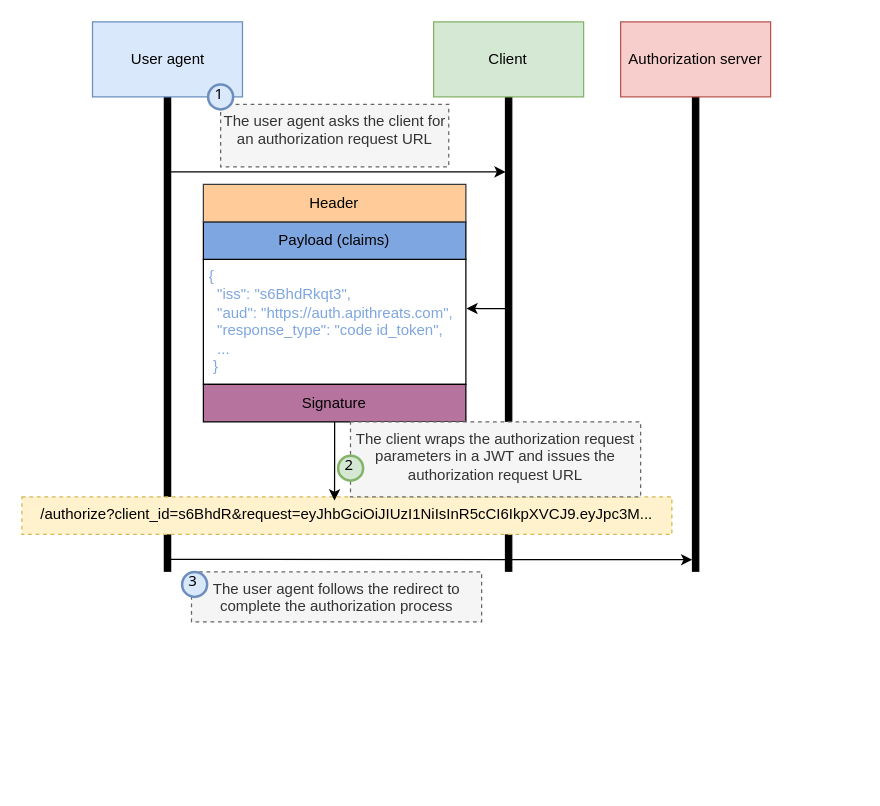
This is page "10.11" (11 of 14) of ch10.drawio from abunuwas/api-sec-book-imgs, a draw.io file, before an edit. Source tidied: cells renumbered, new cells numbered last; positions are measured from the earlier drawing's top-left corner, leaving out a move shared by most shapes. Both pictures are drawn from the tidied source at 125%, with x=0, y=0 at pixel (21, 21).
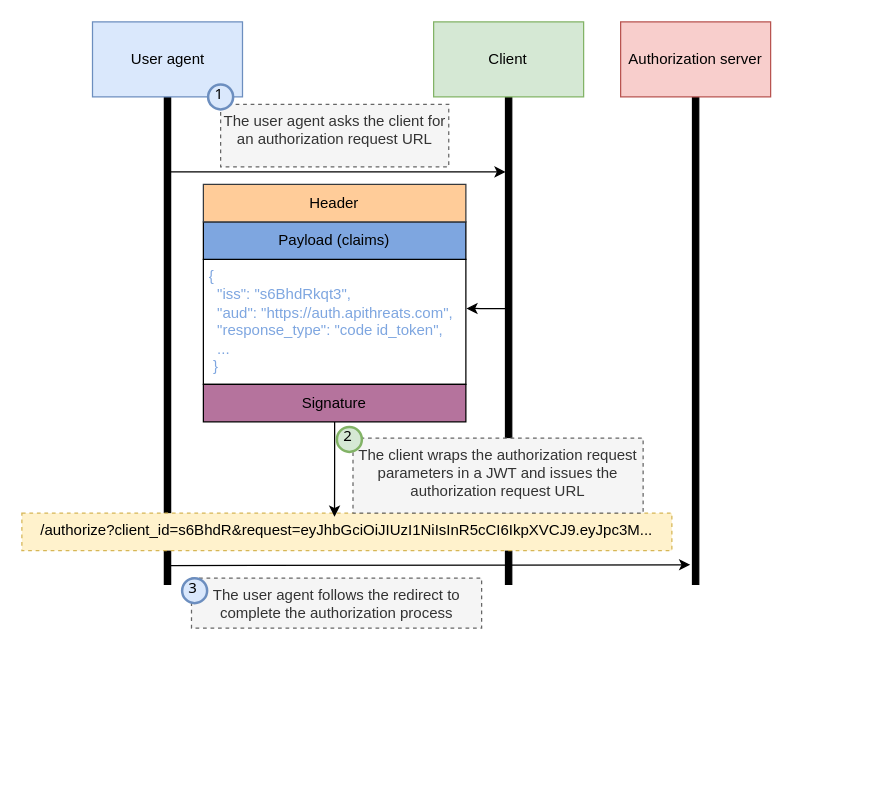
The same page after the edit.

Unchanged cells that the change refers to:
```xml
<mxCell id="13" value="Signature" style="text;html=1;strokeColor=default;fillColor=#B5739D;align=center;verticalAlign=middle;whiteSpace=wrap;rounded=0;" parent="1" vertex="1">
  <mxGeometry x="145.2" y="290" width="210" height="30" as="geometry" />
</mxCell>
```

The edit, as a diff of the source:
```diff
@@
     <mxCell id="2" style="rounded=0;whiteSpace=wrap;html=1;fillColor=#000000;" parent="1" vertex="1">
-      <mxGeometry x="114" y="60" width="5" height="510" as="geometry" />
+      <mxGeometry x="114" y="60" width="5" height="390" as="geometry" />
     </mxCell>
     <mxCell id="3" style="rounded=0;whiteSpace=wrap;html=1;fillColor=#000000;" parent="1" vertex="1">
-      <mxGeometry x="536.5" y="60" width="5" height="510" as="geometry" />
+      <mxGeometry x="536.5" y="60" width="5" height="390" as="geometry" />
     </mxCell>
     <mxCell id="4" style="rounded=0;whiteSpace=wrap;html=1;fillColor=#000000;" parent="1" vertex="1">
-      <mxGeometry x="386.9" y="60" width="5" height="510" as="geometry" />
+      <mxGeometry x="386.9" y="60" width="5" height="390" as="geometry" />
     </mxCell>
@@
     <mxCell id="16" value="/authorize?client_id=&lt;span style=&quot;background-color: transparent; color: light-dark(rgb(0, 0, 0), rgb(255, 255, 255));&quot;&gt;s6BhdR&amp;amp;&lt;/span&gt;&lt;span style=&quot;background-color: transparent; color: light-dark(rgb(0, 0, 0), rgb(255, 255, 255));&quot;&gt;request=eyJhbGciOiJIUzI1NiIsInR5cCI6IkpXVCJ9.eyJpc3M...&lt;/span&gt;" style="text;whiteSpace=wrap;html=1;spacing=2;strokeColor=#d6b656;dashed=1;fillColor=#fff2cc;align=center;" parent="1" vertex="1">
-      <mxGeometry y="380" width="520" height="30" as="geometry" />
+      <mxGeometry y="393" width="520" height="30" as="geometry" />
     </mxCell>
-    <mxCell id="17" style="edgeStyle=orthogonalEdgeStyle;rounded=0;jettySize=auto;html=1;entryX=0.481;entryY=0.098;entryDx=0;entryDy=0;entryPerimeter=0;" parent="1" edge="1" source="13" target="16">
+    <mxCell id="17" style="edgeStyle=orthogonalEdgeStyle;rounded=0;jettySize=auto;html=1;entryX=0.481;entryY=0.098;entryDx=0;entryDy=0;entryPerimeter=0;exitX=0.5;exitY=1;exitDx=0;exitDy=0;" parent="1" edge="1" source="13" target="16">
       <mxGeometry relative="1" as="geometry" />
     </mxCell>
@@
     <mxCell id="19" value="The client wraps the authorization request parameters in a JWT and issues the authorization request URL" style="text;whiteSpace=wrap;html=1;spacing=2;strokeColor=#666666;dashed=1;fillColor=#f5f5f5;align=center;fontColor=#333333;" parent="1" vertex="1">
-      <mxGeometry x="262.9" y="320" width="232.1" height="60" as="geometry" />
+      <mxGeometry x="264.9" y="333" width="232.1" height="60" as="geometry" />
     </mxCell>
     <mxCell id="20" value="2" style="ellipse;whiteSpace=wrap;html=1;strokeWidth=2;fontFamily=Tahoma;spacingBottom=4;spacingRight=2;strokeColor=#82b366;fillColor=#d5e8d4;" parent="1" vertex="1">
-      <mxGeometry x="253" y="347" width="20" height="20" as="geometry" />
+      <mxGeometry x="252" y="324" width="20" height="20" as="geometry" />
     </mxCell>
-    <mxCell id="21" style="endArrow=classic;html=1;rounded=0;entryX=-0.035;entryY=0.726;entryDx=0;entryDy=0;entryPerimeter=0;" parent="1" edge="1" target="3">
+    <mxCell id="21" style="endArrow=classic;html=1;rounded=0;entryX=-0.367;entryY=0.947;entryDx=0;entryDy=0;entryPerimeter=0;" parent="1" edge="1">
       <mxGeometry relative="1" as="geometry">
-        <mxPoint x="117.8" y="430" as="sourcePoint" />
+        <mxPoint x="117.8" y="435" as="sourcePoint" />
+        <mxPoint x="534.7" y="434.3" as="targetPoint" />
       </mxGeometry>
     </mxCell>
-    <mxCell id="22" style="rounded=0;whiteSpace=wrap;html=1;strokeColor=none;" parent="1" vertex="1">
-      <mxGeometry x="39" y="440" width="630" height="170" as="geometry" />
-    </mxCell>
     <mxCell id="23" value="The user agent follows the redirect to complete the authorization process" style="text;whiteSpace=wrap;html=1;spacing=2;strokeColor=#666666;dashed=1;fillColor=#f5f5f5;align=center;fontColor=#333333;" parent="1" vertex="1">
-      <mxGeometry x="135.7" y="440" width="232.1" height="40" as="geometry" />
+      <mxGeometry x="135.7" y="445" width="232.1" height="40" as="geometry" />
     </mxCell>
     <mxCell id="24" value="3" style="ellipse;whiteSpace=wrap;html=1;strokeWidth=2;fontFamily=Tahoma;spacingBottom=4;spacingRight=2;strokeColor=#6c8ebf;fillColor=#dae8fc;" parent="1" vertex="1">
-      <mxGeometry x="128.2" y="440" width="20" height="20" as="geometry" />
+      <mxGeometry x="128.2" y="445" width="20" height="20" as="geometry" />
     </mxCell>
```
